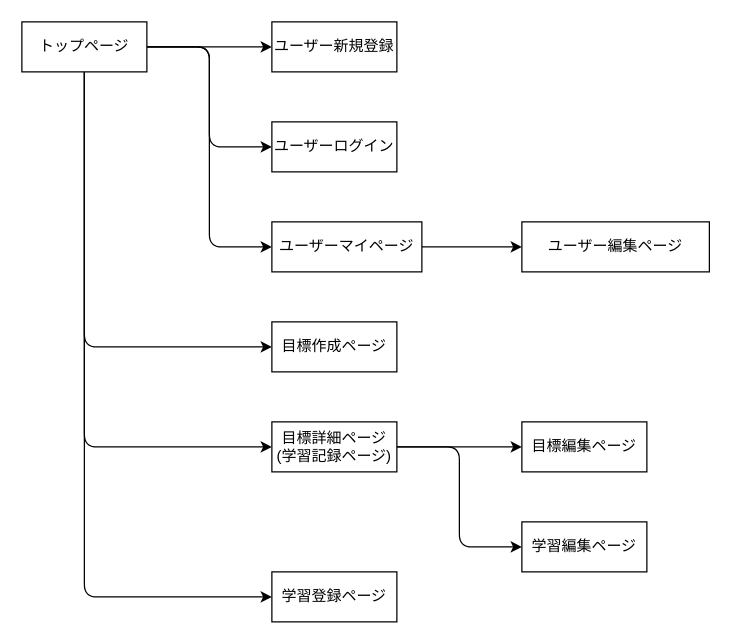
Before: screen.dio in MashiKimura/learning, a draw.io diagram. Source tidied: cells renumbered, new cells numbered last; positions are measured from the earlier drawing's top-left corner, leaving out a move shared by most shapes. Both pictures are drawn from the tidied source at 125%, with x=0, y=0 at pixel (21, 21).
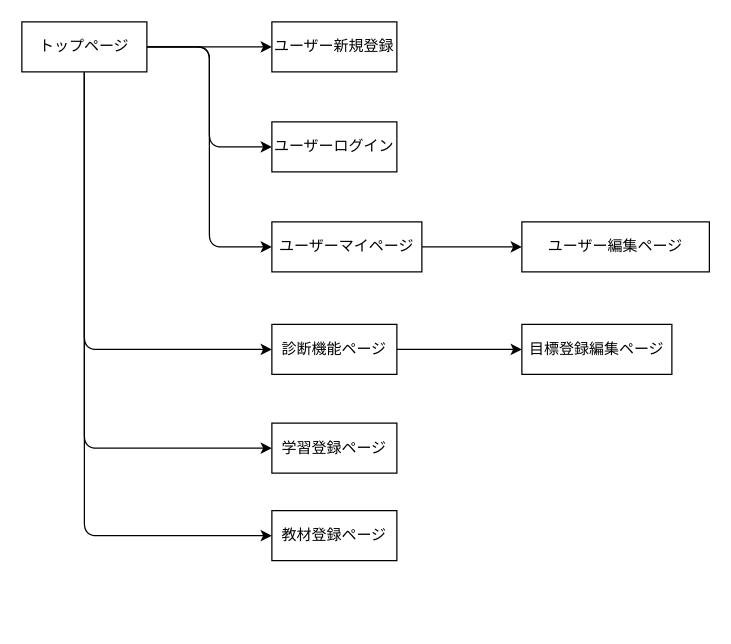
Above is the later version.

The change refers to these unchanged cells:
```xml
<mxCell id="8" value="トップページ" style="rounded=1;arcSize=0;whiteSpace=wrap;html=1;align=center;" parent="1" vertex="1">
  <mxGeometry width="100" height="40" as="geometry" />
</mxCell>
```

The edit, as a diff of the source:
```diff
@@
-    <mxCell id="5" style="edgeStyle=orthogonalEdgeStyle;html=1;exitX=0.5;exitY=1;exitDx=0;exitDy=0;entryX=0;entryY=0.5;entryDx=0;entryDy=0;" parent="1" edge="1" source="8" target="14">
-      <mxGeometry relative="1" as="geometry" />
-    </mxCell>
@@
-    <mxCell id="14" value="目標作成ページ" style="whiteSpace=wrap;html=1;align=center;" parent="1" vertex="1">
-      <mxGeometry x="200" y="240" width="100" height="40" as="geometry" />
-    </mxCell>
@@
-    <mxCell id="16" style="edgeStyle=orthogonalEdgeStyle;html=1;exitX=1;exitY=0.5;exitDx=0;exitDy=0;entryX=0;entryY=0.5;entryDx=0;entryDy=0;" parent="1" edge="1" source="17" target="19">
-      <mxGeometry relative="1" as="geometry" />
-    </mxCell>
-    <mxCell id="17" value="目標詳細ページ&lt;br&gt;(学習記録ページ)" style="whiteSpace=wrap;html=1;align=center;" parent="1" vertex="1">
-      <mxGeometry x="200" y="320" width="100" height="40" as="geometry" />
+    <mxCell id="17" value="診断機能ページ" style="whiteSpace=wrap;html=1;align=center;" parent="1" vertex="1">
+      <mxGeometry x="200" y="242" width="100" height="40" as="geometry" />
     </mxCell>
-    <mxCell id="18" value="目標編集ページ" style="whiteSpace=wrap;html=1;align=center;" parent="1" vertex="1">
-      <mxGeometry x="400" y="320" width="100" height="40" as="geometry" />
+    <mxCell id="18" value="目標登録編集ページ" style="whiteSpace=wrap;html=1;align=center;" parent="1" vertex="1">
+      <mxGeometry x="400" y="242" width="120" height="40" as="geometry" />
     </mxCell>
-    <mxCell id="19" value="学習編集ページ" style="whiteSpace=wrap;html=1;align=center;" parent="1" vertex="1">
-      <mxGeometry x="400" y="400" width="100" height="40" as="geometry" />
-    </mxCell>
     <mxCell id="20" value="学習登録ページ" style="whiteSpace=wrap;html=1;align=center;" parent="1" vertex="1">
-      <mxGeometry x="200" y="440" width="100" height="40" as="geometry" />
+      <mxGeometry x="200" y="321" width="100" height="40" as="geometry" />
     </mxCell>
+    <mxCell id="21" style="edgeStyle=orthogonalEdgeStyle;html=1;exitX=0;exitY=0.5;exitDx=0;exitDy=0;entryX=0.5;entryY=1;entryDx=0;entryDy=0;startArrow=classic;startFill=1;endArrow=none;endFill=0;" parent="1" edge="1" source="22" target="8">
+      <mxGeometry relative="1" as="geometry" />
+    </mxCell>
+    <mxCell id="22" value="教材登録ページ" style="whiteSpace=wrap;html=1;align=center;" parent="1" vertex="1">
+      <mxGeometry x="200" y="391" width="100" height="40" as="geometry" />
+    </mxCell>
```
